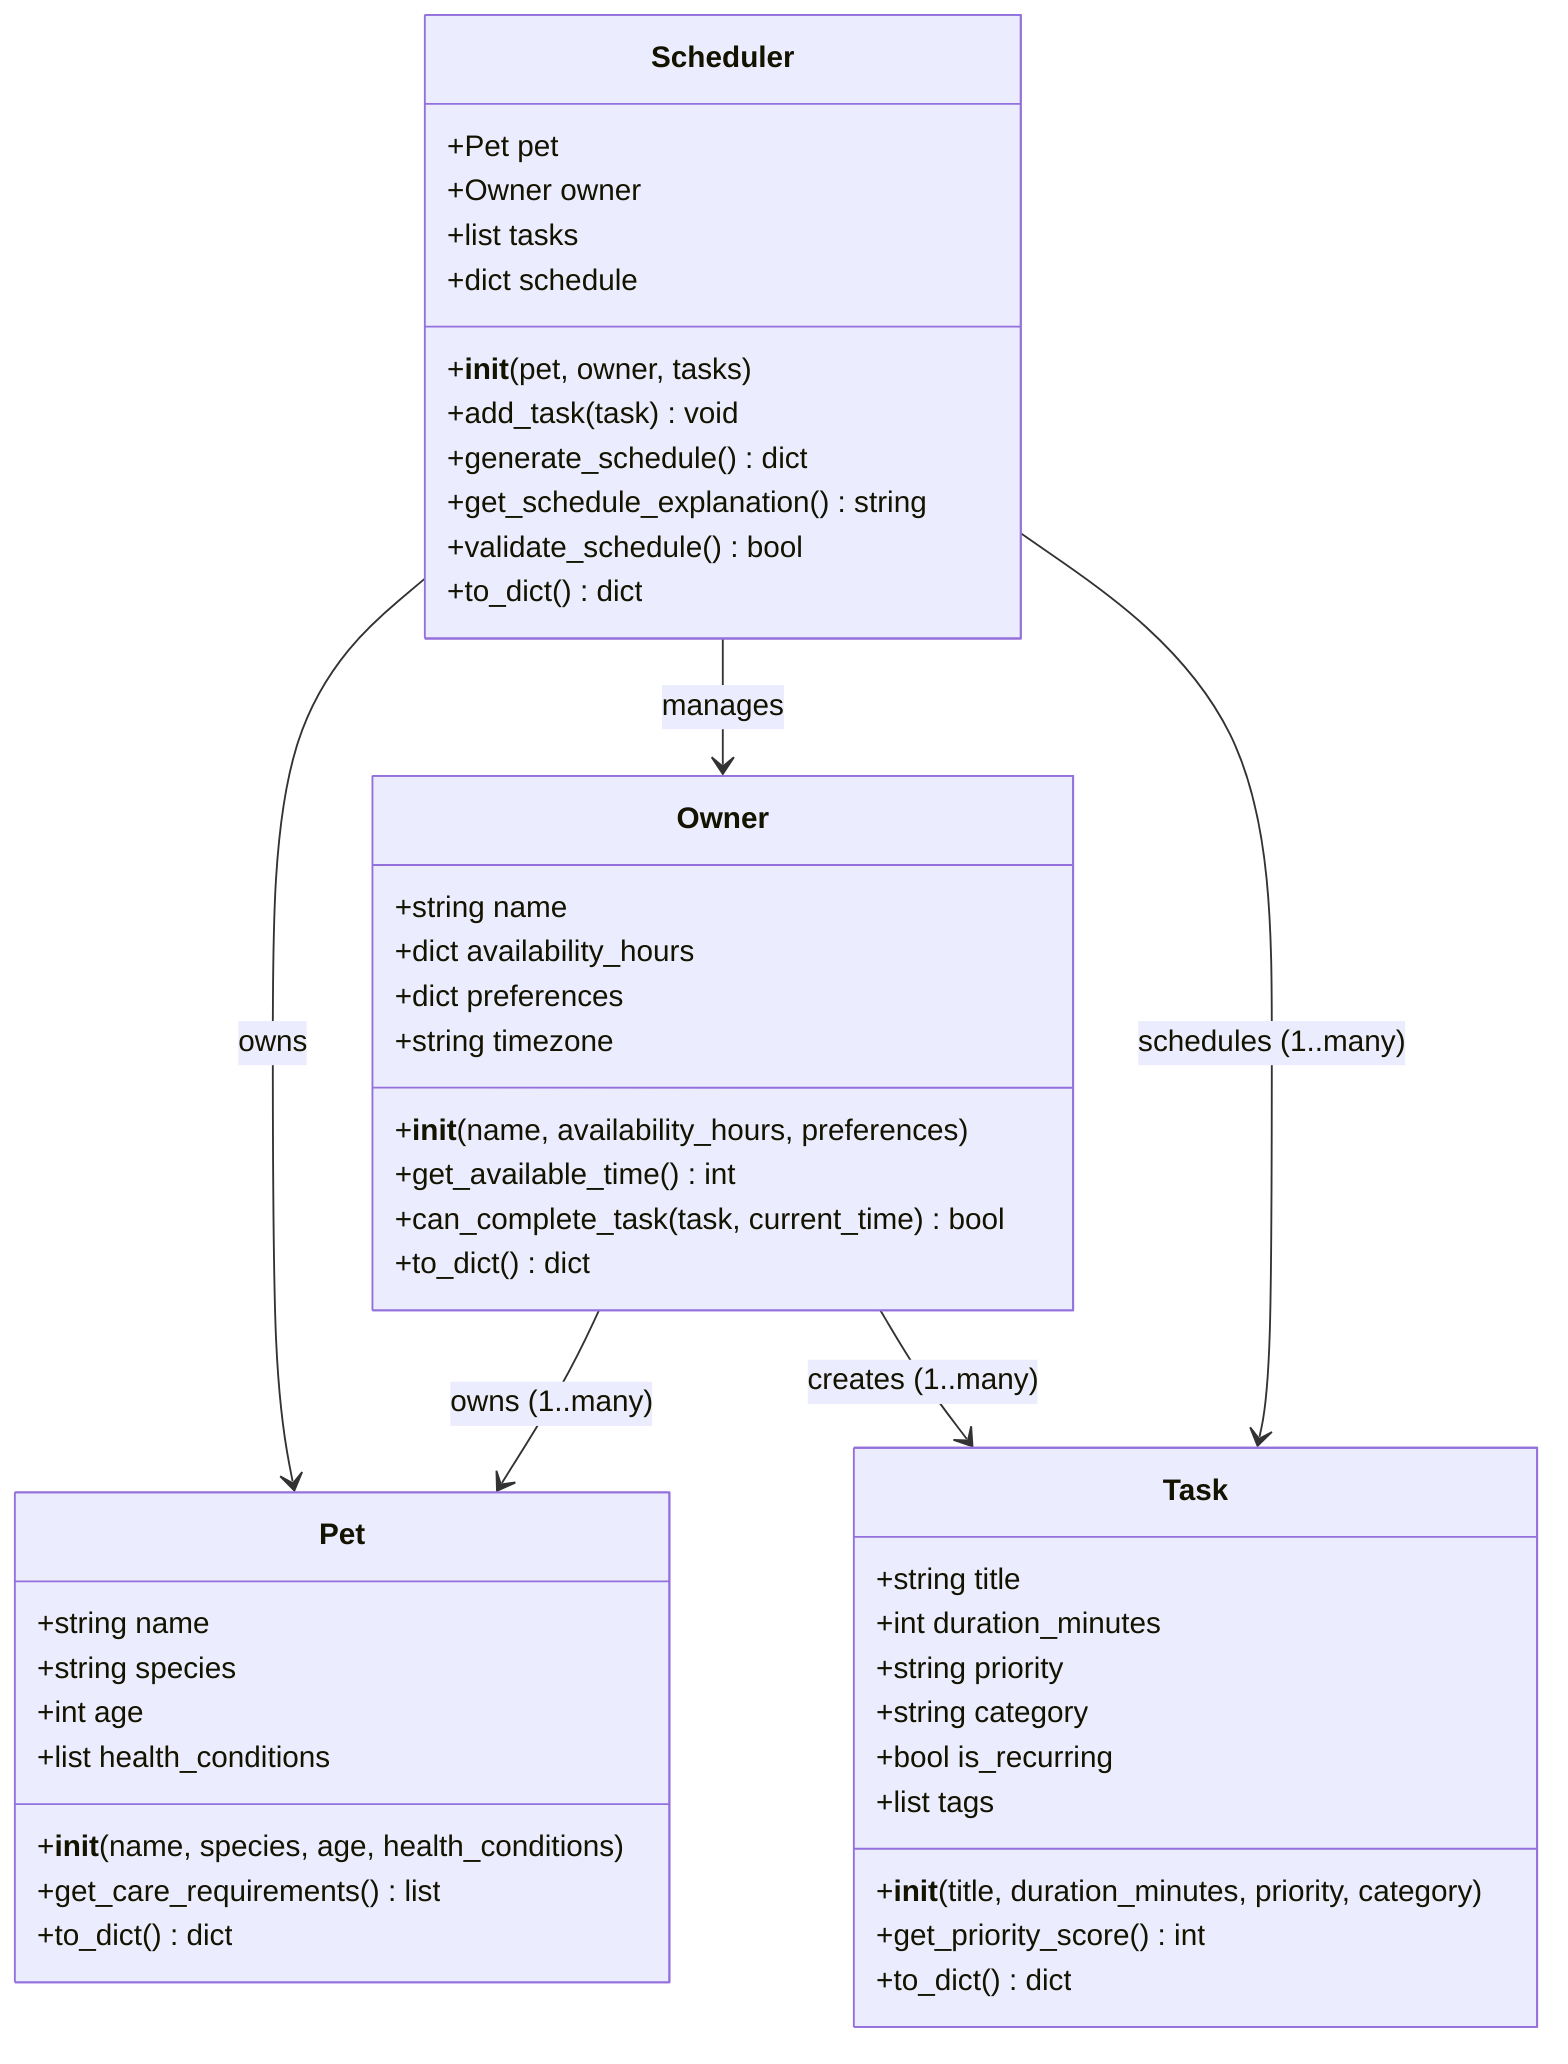
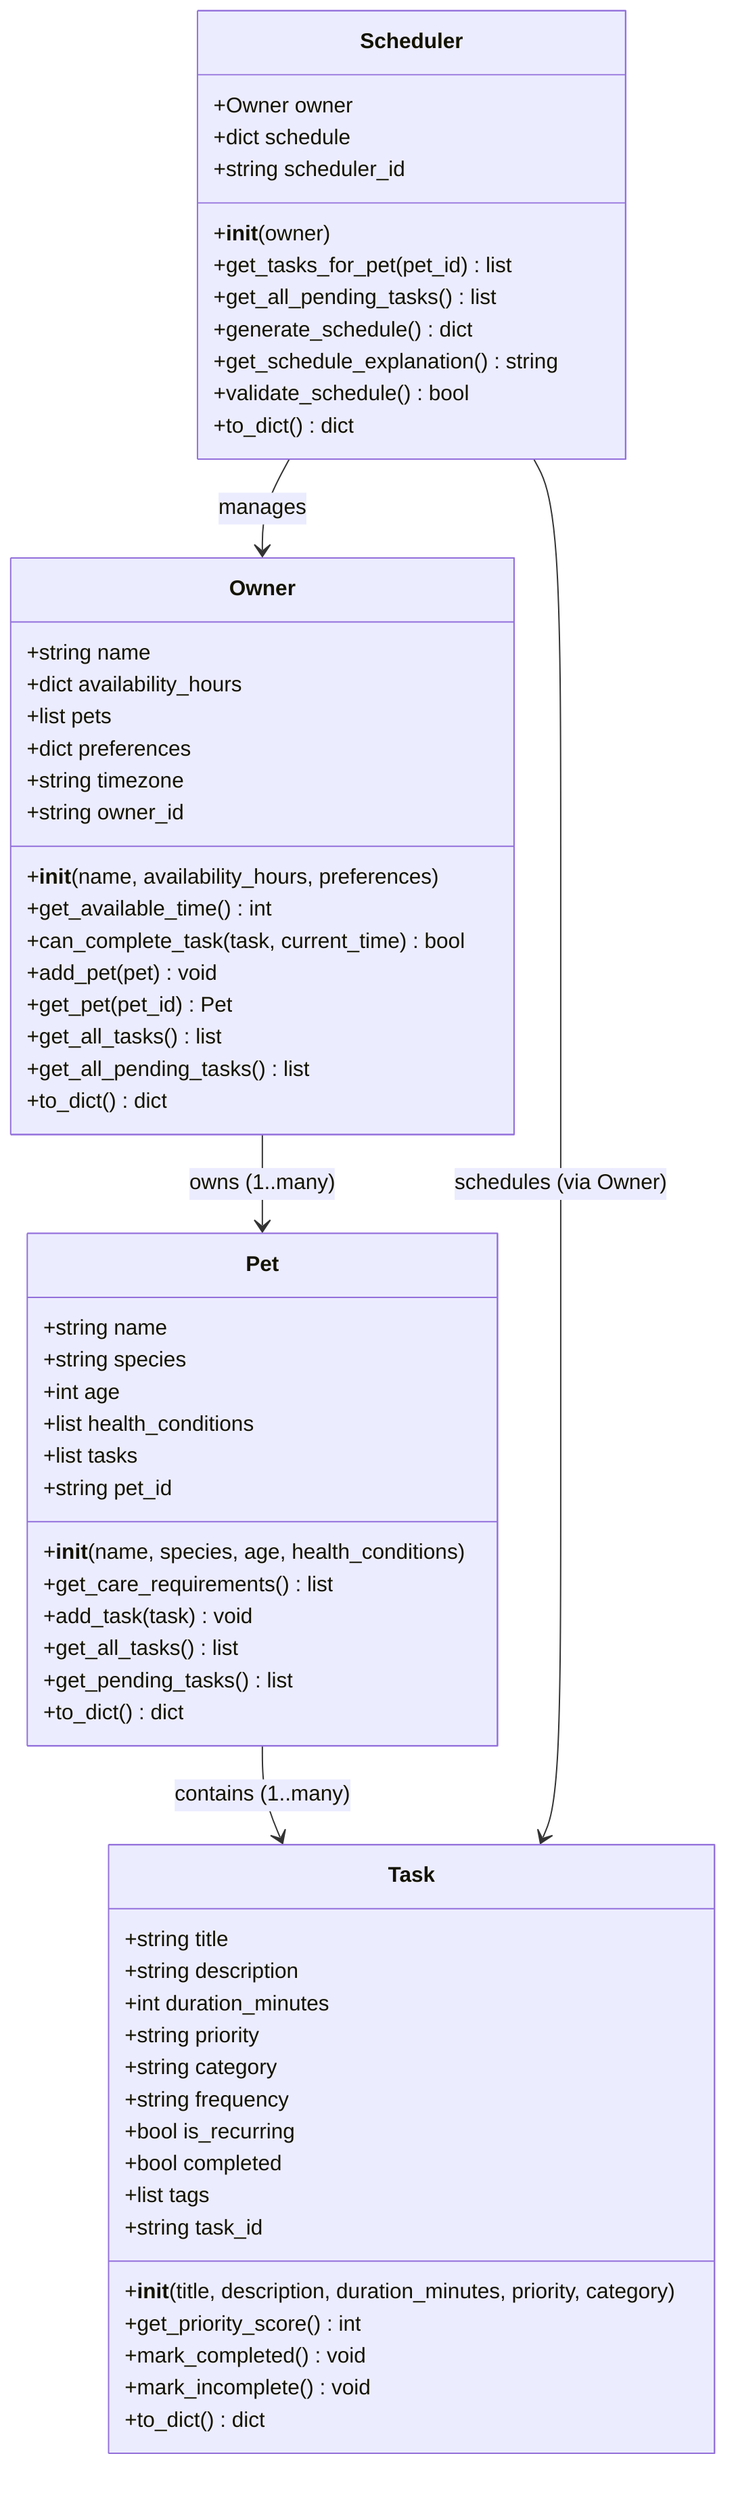
classDiagram
-     %% PawPal+ System Design
+     %% PawPal+ System Design - Updated to match implementation
    %% Four core classes for pet care scheduling assistant
+ 
+     class Task {
+         +string title
+         +string description
+         +int duration_minutes
+         +string priority
+         +string category
+         +string frequency
+         +bool is_recurring
+         +bool completed
+         +list tags
+         +string task_id
+         +__init__(title, description, duration_minutes, priority, category)
+         +get_priority_score() int
+         +mark_completed() void
+         +mark_incomplete() void
+         +to_dict() dict
+     }

    class Pet {
        +string name
        +string species
        +int age
        +list health_conditions
+         +list tasks
+         +string pet_id
        +__init__(name, species, age, health_conditions)
        +get_care_requirements() list
+         +add_task(task) void
+         +get_all_tasks() list
+         +get_pending_tasks() list
        +to_dict() dict
    }

    class Owner {
        +string name
        +dict availability_hours
+         +list pets
        +dict preferences
        +string timezone
+         +string owner_id
        +__init__(name, availability_hours, preferences)
        +get_available_time() int
        +can_complete_task(task, current_time) bool
-         +to_dict() dict
-     }
- 
-     class Task {
-         +string title
-         +int duration_minutes
-         +string priority
-         +string category
-         +bool is_recurring
-         +list tags
-         +__init__(title, duration_minutes, priority, category)
-         +get_priority_score() int
+         +add_pet(pet) void
+         +get_pet(pet_id) Pet
+         +get_all_tasks() list
+         +get_all_pending_tasks() list
        +to_dict() dict
    }

    class Scheduler {
-         +Pet pet
        +Owner owner
-         +list tasks
        +dict schedule
-         +__init__(pet, owner, tasks)
-         +add_task(task) void
+         +string scheduler_id
+         +__init__(owner)
+         +get_tasks_for_pet(pet_id) list
+         +get_all_pending_tasks() list
        +generate_schedule() dict
        +get_schedule_explanation() string
        +validate_schedule() bool
        +to_dict() dict
    }

    %% Relationships
    Owner --> Pet : owns (1..many)
-     Owner --> Task : creates (1..many)
-     Scheduler --> Pet : owns
+     Pet --> Task : contains (1..many)
    Scheduler --> Owner : manages
-     Scheduler --> Task : schedules (1..many)
+     Scheduler --> Task : schedules (via Owner)
